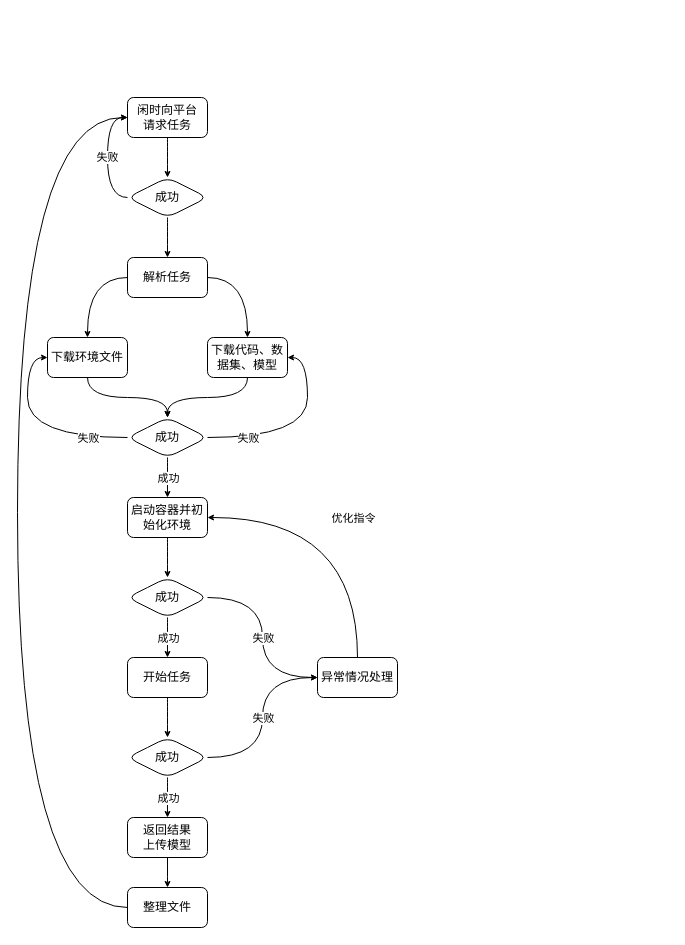
Before: docker-flow.drawio in foreignbill/drawio, a draw.io diagram. Source tidied: cells renumbered, new cells numbered last; positions are measured from the earlier drawing's top-left corner, leaving out a move shared by most shapes. Both pictures are drawn from the tidied source at 100%, with x=0, y=0 at pixel (17, 97).
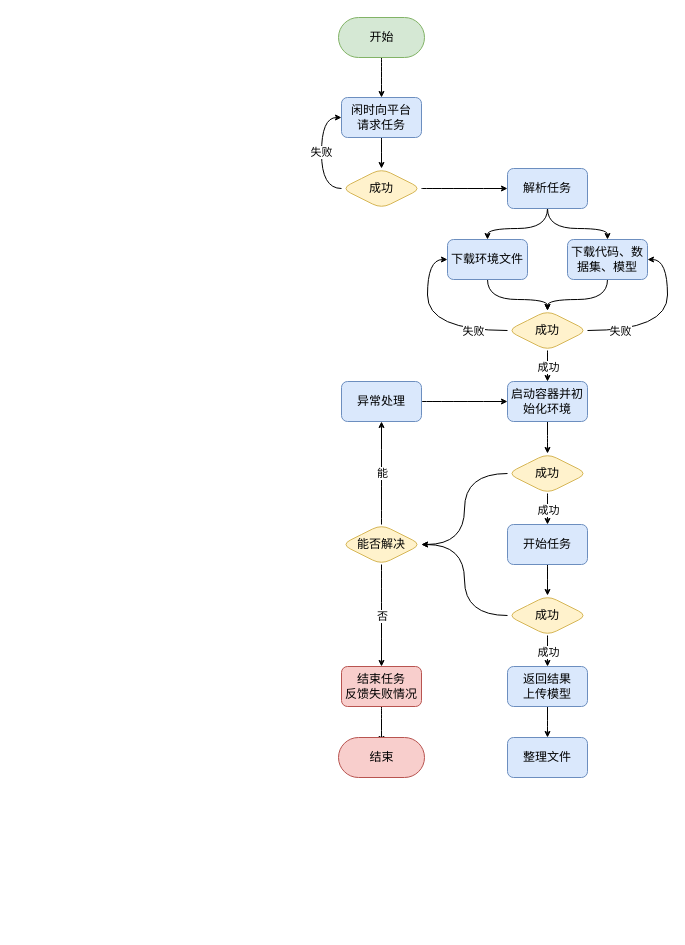
The same page after the edit.

What changed in the source:
```diff
@@
-    <mxCell id="3" value="闲时向平台&lt;br&gt;请求任务" style="rounded=1;whiteSpace=wrap;html=1;" parent="1" vertex="1">
-      <mxGeometry x="110" width="80" height="40" as="geometry" />
+    <mxCell id="3" value="闲时向平台&lt;br&gt;请求任务" style="rounded=1;whiteSpace=wrap;html=1;fillColor=#dae8fc;strokeColor=#6c8ebf;" parent="1" vertex="1">
+      <mxGeometry x="324" width="80" height="40" as="geometry" />
     </mxCell>
@@
-    <mxCell id="5" style="edgeStyle=orthogonalEdgeStyle;curved=1;rounded=0;jettySize=auto;html=1;exitX=0.5;exitY=1;exitDx=0;exitDy=0;entryX=0.5;entryY=0;entryDx=0;entryDy=0;startSize=4;endSize=4;" parent="1" edge="1" source="6" target="9">
+    <mxCell id="5" style="edgeStyle=orthogonalEdgeStyle;curved=1;rounded=0;jettySize=auto;html=1;exitX=1;exitY=0.5;exitDx=0;exitDy=0;entryX=0;entryY=0.5;entryDx=0;entryDy=0;startSize=4;endSize=4;" parent="1" edge="1" source="6" target="9">
       <mxGeometry relative="1" as="geometry" />
     </mxCell>
-    <mxCell id="6" value="成功" style="rhombus;whiteSpace=wrap;html=1;rounded=1;" parent="1" vertex="1">
-      <mxGeometry x="110" y="80" width="80" height="40" as="geometry" />
+    <mxCell id="6" value="成功" style="rhombus;whiteSpace=wrap;html=1;rounded=1;fillColor=#fff2cc;strokeColor=#d6b656;" parent="1" vertex="1">
+      <mxGeometry x="324" y="71" width="80" height="40" as="geometry" />
     </mxCell>
-    <mxCell id="7" style="edgeStyle=orthogonalEdgeStyle;curved=1;rounded=0;jettySize=auto;html=1;exitX=0;exitY=0.5;exitDx=0;exitDy=0;entryX=0.5;entryY=0;entryDx=0;entryDy=0;startSize=4;endSize=4;" parent="1" edge="1" source="9" target="11">
+    <mxCell id="7" style="edgeStyle=orthogonalEdgeStyle;curved=1;rounded=0;jettySize=auto;html=1;exitX=0.5;exitY=1;exitDx=0;exitDy=0;entryX=0.5;entryY=0;entryDx=0;entryDy=0;startSize=4;endSize=4;" parent="1" edge="1" source="9" target="11">
       <mxGeometry relative="1" as="geometry" />
     </mxCell>
-    <mxCell id="8" style="edgeStyle=orthogonalEdgeStyle;curved=1;rounded=0;jettySize=auto;html=1;exitX=1;exitY=0.5;exitDx=0;exitDy=0;startSize=4;endSize=4;" parent="1" edge="1" source="9" target="13">
+    <mxCell id="8" style="edgeStyle=orthogonalEdgeStyle;curved=1;rounded=0;jettySize=auto;html=1;exitX=0.5;exitY=1;exitDx=0;exitDy=0;entryX=0.5;entryY=0;entryDx=0;entryDy=0;startSize=4;endSize=4;" parent="1" edge="1" source="9" target="13">
       <mxGeometry relative="1" as="geometry" />
     </mxCell>
-    <mxCell id="9" value="解析任务" style="rounded=1;whiteSpace=wrap;html=1;" parent="1" vertex="1">
-      <mxGeometry x="110" y="160" width="80" height="40" as="geometry" />
+    <mxCell id="9" value="解析任务" style="rounded=1;whiteSpace=wrap;html=1;fillColor=#dae8fc;strokeColor=#6c8ebf;" parent="1" vertex="1">
+      <mxGeometry x="490" y="71" width="80" height="40" as="geometry" />
     </mxCell>
@@
-    <mxCell id="11" value="下载环境文件" style="rounded=1;whiteSpace=wrap;html=1;" parent="1" vertex="1">
-      <mxGeometry x="30" y="240" width="80" height="40" as="geometry" />
+    <mxCell id="11" value="下载环境文件" style="rounded=1;whiteSpace=wrap;html=1;fillColor=#dae8fc;strokeColor=#6c8ebf;" parent="1" vertex="1">
+      <mxGeometry x="430" y="142" width="80" height="40" as="geometry" />
     </mxCell>
@@
-    <mxCell id="13" value="下载代码、数据集、模型" style="rounded=1;whiteSpace=wrap;html=1;" parent="1" vertex="1">
-      <mxGeometry x="190" y="240" width="80" height="40" as="geometry" />
+    <mxCell id="13" value="下载代码、数据集、模型" style="rounded=1;whiteSpace=wrap;html=1;fillColor=#dae8fc;strokeColor=#6c8ebf;" parent="1" vertex="1">
+      <mxGeometry x="550" y="142" width="80" height="40" as="geometry" />
     </mxCell>
@@
-    <mxCell id="20" value="成功" style="rhombus;whiteSpace=wrap;html=1;rounded=1;" parent="1" vertex="1">
-      <mxGeometry x="110" y="320" width="80" height="40" as="geometry" />
+    <mxCell id="20" value="成功" style="rhombus;whiteSpace=wrap;html=1;rounded=1;fillColor=#fff2cc;strokeColor=#d6b656;" parent="1" vertex="1">
+      <mxGeometry x="490" y="213" width="80" height="40" as="geometry" />
     </mxCell>
-    <mxCell id="21" style="edgeStyle=orthogonalEdgeStyle;curved=1;rounded=0;jettySize=auto;html=1;exitX=0.5;exitY=1;exitDx=0;exitDy=0;entryX=0.5;entryY=0;entryDx=0;entryDy=0;startSize=4;endSize=4;" parent="1" edge="1" source="22" target="27">
+    <mxCell id="21" style="edgeStyle=orthogonalEdgeStyle;curved=1;rounded=0;jettySize=auto;html=1;entryX=0.5;entryY=0;entryDx=0;entryDy=0;startSize=4;endSize=4;" parent="1" edge="1" source="22" target="27">
       <mxGeometry relative="1" as="geometry" />
     </mxCell>
-    <mxCell id="22" value="启动容器并初始化环境" style="rounded=1;whiteSpace=wrap;html=1;" parent="1" vertex="1">
-      <mxGeometry x="110" y="400" width="80" height="40" as="geometry" />
+    <mxCell id="22" value="启动容器并初始化环境" style="rounded=1;whiteSpace=wrap;html=1;fillColor=#dae8fc;strokeColor=#6c8ebf;" parent="1" vertex="1">
+      <mxGeometry x="490" y="284" width="80" height="40" as="geometry" />
     </mxCell>
@@
-    <mxCell id="25" style="edgeStyle=orthogonalEdgeStyle;curved=1;rounded=0;jettySize=auto;html=1;exitX=1;exitY=0.5;exitDx=0;exitDy=0;entryX=0;entryY=0.5;entryDx=0;entryDy=0;startSize=4;endSize=4;" parent="1" edge="1" source="27" target="41">
-      <mxGeometry relative="1" as="geometry" />
-    </mxCell>
-    <mxCell id="26" value="失败" style="edgeLabel;html=1;align=center;verticalAlign=middle;" parent="25" vertex="1">
-      <mxGeometry relative="1" as="geometry" />
-    </mxCell>
+    <mxCell id="42" style="edgeStyle=orthogonalEdgeStyle;curved=1;rounded=0;jettySize=auto;html=1;exitX=0;exitY=0.5;exitDx=0;exitDy=0;entryX=1;entryY=0.5;entryDx=0;entryDy=0;startSize=4;endSize=4;" parent="1" edge="1" source="27" target="48">
+      <mxGeometry relative="1" as="geometry" />
+    </mxCell>
-    <mxCell id="27" value="成功" style="rhombus;whiteSpace=wrap;html=1;rounded=1;" parent="1" vertex="1">
-      <mxGeometry x="110" y="480" width="80" height="40" as="geometry" />
+    <mxCell id="27" value="成功" style="rhombus;whiteSpace=wrap;html=1;rounded=1;fillColor=#fff2cc;strokeColor=#d6b656;" parent="1" vertex="1">
+      <mxGeometry x="490" y="356" width="80" height="40" as="geometry" />
     </mxCell>
@@
-    <mxCell id="29" value="开始任务" style="rounded=1;whiteSpace=wrap;html=1;" parent="1" vertex="1">
-      <mxGeometry x="110" y="560" width="80" height="40" as="geometry" />
+    <mxCell id="29" value="开始任务" style="rounded=1;whiteSpace=wrap;html=1;fillColor=#dae8fc;strokeColor=#6c8ebf;" parent="1" vertex="1">
+      <mxGeometry x="490" y="427" width="80" height="40" as="geometry" />
     </mxCell>
@@
-    <mxCell id="32" style="edgeStyle=orthogonalEdgeStyle;curved=1;rounded=0;jettySize=auto;html=1;exitX=1;exitY=0.5;exitDx=0;exitDy=0;entryX=0;entryY=0.5;entryDx=0;entryDy=0;startSize=4;endSize=4;" parent="1" edge="1" source="34" target="41">
-      <mxGeometry relative="1" as="geometry" />
-    </mxCell>
-    <mxCell id="33" value="失败" style="edgeLabel;html=1;align=center;verticalAlign=middle;" parent="32" vertex="1">
-      <mxGeometry relative="1" as="geometry" />
-    </mxCell>
+    <mxCell id="43" style="edgeStyle=orthogonalEdgeStyle;curved=1;rounded=0;jettySize=auto;html=1;exitX=0;exitY=0.5;exitDx=0;exitDy=0;entryX=1;entryY=0.5;entryDx=0;entryDy=0;startSize=4;endSize=4;" parent="1" edge="1" source="34" target="48">
+      <mxGeometry relative="1" as="geometry" />
+    </mxCell>
-    <mxCell id="34" value="成功" style="rhombus;whiteSpace=wrap;html=1;rounded=1;" parent="1" vertex="1">
-      <mxGeometry x="110" y="640" width="80" height="40" as="geometry" />
+    <mxCell id="34" value="成功" style="rhombus;whiteSpace=wrap;html=1;rounded=1;fillColor=#fff2cc;strokeColor=#d6b656;" parent="1" vertex="1">
+      <mxGeometry x="490" y="498" width="80" height="40" as="geometry" />
     </mxCell>
@@
-    <mxCell id="36" value="返回结果&lt;br&gt;上传模型" style="rounded=1;whiteSpace=wrap;html=1;" parent="1" vertex="1">
-      <mxGeometry x="110" y="720" width="80" height="40" as="geometry" />
+    <mxCell id="36" value="返回结果&lt;br&gt;上传模型" style="rounded=1;whiteSpace=wrap;html=1;fillColor=#dae8fc;strokeColor=#6c8ebf;" parent="1" vertex="1">
+      <mxGeometry x="490" y="569" width="80" height="40" as="geometry" />
     </mxCell>
-    <mxCell id="37" style="edgeStyle=orthogonalEdgeStyle;curved=1;rounded=0;jettySize=auto;html=1;exitX=0;exitY=0.5;exitDx=0;exitDy=0;entryX=0;entryY=0.5;entryDx=0;entryDy=0;startSize=4;endSize=4;" parent="1" edge="1" source="38" target="3">
-      <mxGeometry relative="1" as="geometry">
-        <Array as="points">
-          <mxPoint y="810" />
-          <mxPoint y="20" />
-        </Array>
-      </mxGeometry>
-    </mxCell>
-    <mxCell id="38" value="整理文件" style="rounded=1;whiteSpace=wrap;html=1;" parent="1" vertex="1">
-      <mxGeometry x="110" y="790" width="80" height="40" as="geometry" />
+    <mxCell id="38" value="整理文件" style="rounded=1;whiteSpace=wrap;html=1;fillColor=#dae8fc;strokeColor=#6c8ebf;" parent="1" vertex="1">
+      <mxGeometry x="490" y="640" width="80" height="40" as="geometry" />
     </mxCell>
-    <mxCell id="39" style="edgeStyle=orthogonalEdgeStyle;curved=1;rounded=0;jettySize=auto;html=1;exitX=0.5;exitY=0;exitDx=0;exitDy=0;entryX=1;entryY=0.5;entryDx=0;entryDy=0;startSize=4;endSize=4;" parent="1" edge="1" source="41" target="22">
-      <mxGeometry relative="1" as="geometry" />
-    </mxCell>
-    <mxCell id="40" value="优化指令" style="edgeLabel;html=1;align=center;verticalAlign=middle;" parent="39" vertex="1">
-      <mxGeometry relative="1" as="geometry" />
-    </mxCell>
-    <mxCell id="41" value="异常情况处理" style="rounded=1;whiteSpace=wrap;html=1;" parent="1" vertex="1">
-      <mxGeometry x="300" y="560" width="80" height="40" as="geometry" />
-    </mxCell>
+    <mxCell id="44" style="edgeStyle=orthogonalEdgeStyle;curved=1;rounded=0;jettySize=auto;html=1;exitX=0.5;exitY=0;exitDx=0;exitDy=0;startSize=4;endSize=4;" parent="1" edge="1" source="48" target="50">
+      <mxGeometry relative="1" as="geometry" />
+    </mxCell>
+    <mxCell id="45" value="能" style="edgeLabel;html=1;align=center;verticalAlign=middle;" parent="44" vertex="1">
+      <mxGeometry relative="1" as="geometry" />
+    </mxCell>
+    <mxCell id="46" style="edgeStyle=orthogonalEdgeStyle;curved=1;rounded=0;jettySize=auto;html=1;exitX=0.5;exitY=1;exitDx=0;exitDy=0;entryX=0.5;entryY=0;entryDx=0;entryDy=0;startSize=4;endSize=4;" parent="1" edge="1" source="48" target="52">
+      <mxGeometry relative="1" as="geometry" />
+    </mxCell>
+    <mxCell id="47" value="否" style="edgeLabel;html=1;align=center;verticalAlign=middle;" parent="46" vertex="1">
+      <mxGeometry relative="1" as="geometry" />
+    </mxCell>
+    <mxCell id="48" value="能否解决" style="rhombus;whiteSpace=wrap;html=1;rounded=1;fillColor=#fff2cc;strokeColor=#d6b656;" parent="1" vertex="1">
+      <mxGeometry x="324" y="427" width="80" height="40" as="geometry" />
+    </mxCell>
+    <mxCell id="49" style="edgeStyle=orthogonalEdgeStyle;curved=1;rounded=0;jettySize=auto;html=1;exitX=1;exitY=0.5;exitDx=0;exitDy=0;entryX=0;entryY=0.5;entryDx=0;entryDy=0;startSize=4;endSize=4;" parent="1" edge="1" source="50" target="22">
+      <mxGeometry relative="1" as="geometry" />
+    </mxCell>
+    <mxCell id="50" value="异常处理" style="rounded=1;whiteSpace=wrap;html=1;fillColor=#dae8fc;strokeColor=#6c8ebf;" parent="1" vertex="1">
+      <mxGeometry x="324" y="284" width="80" height="40" as="geometry" />
+    </mxCell>
+    <mxCell id="51" style="edgeStyle=orthogonalEdgeStyle;curved=1;rounded=0;jettySize=auto;html=1;exitX=0.5;exitY=1;exitDx=0;exitDy=0;entryX=0.5;entryY=0.5;entryDx=0;entryDy=-15;entryPerimeter=0;startSize=4;endSize=4;" parent="1" edge="1" source="52" target="55">
+      <mxGeometry relative="1" as="geometry" />
+    </mxCell>
+    <mxCell id="52" value="结束任务&lt;br&gt;反馈失败情况" style="rounded=1;whiteSpace=wrap;html=1;fillColor=#f8cecc;strokeColor=#b85450;" parent="1" vertex="1">
+      <mxGeometry x="324" y="569" width="80" height="40" as="geometry" />
+    </mxCell>
+    <mxCell id="53" style="edgeStyle=orthogonalEdgeStyle;curved=1;rounded=0;jettySize=auto;html=1;exitX=0.5;exitY=0.5;exitDx=0;exitDy=20;exitPerimeter=0;entryX=0.5;entryY=0;entryDx=0;entryDy=0;startSize=4;endSize=4;" parent="1" edge="1" source="54" target="3">
+      <mxGeometry relative="1" as="geometry" />
+    </mxCell>
+    <mxCell id="54" value="开始" style="html=1;dashed=0;whitespace=wrap;shape=mxgraph.dfd.start;rounded=1;fillColor=#d5e8d4;strokeColor=#82b366;" parent="1" vertex="1">
+      <mxGeometry x="321" y="-80" width="86" height="40" as="geometry" />
+    </mxCell>
+    <mxCell id="55" value="结束" style="html=1;dashed=0;whitespace=wrap;shape=mxgraph.dfd.start;rounded=1;fillColor=#f8cecc;strokeColor=#b85450;" parent="1" vertex="1">
+      <mxGeometry x="321" y="640" width="86" height="40" as="geometry" />
+    </mxCell>
```
